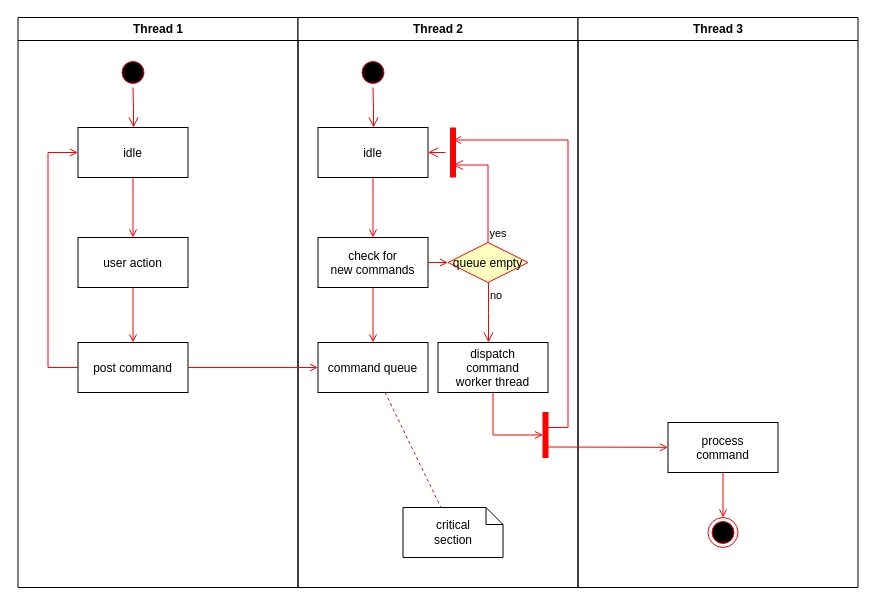
The draw.io diagram RelabTestPortal.drawio in byok22/Relab, before the edit. Source tidied: cells renumbered, new cells numbered last; positions are measured from the earlier drawing's top-left corner, leaving out a move shared by most shapes. Both pictures are drawn from the tidied source at 100%, with x=0, y=0 at pixel (17, 17).
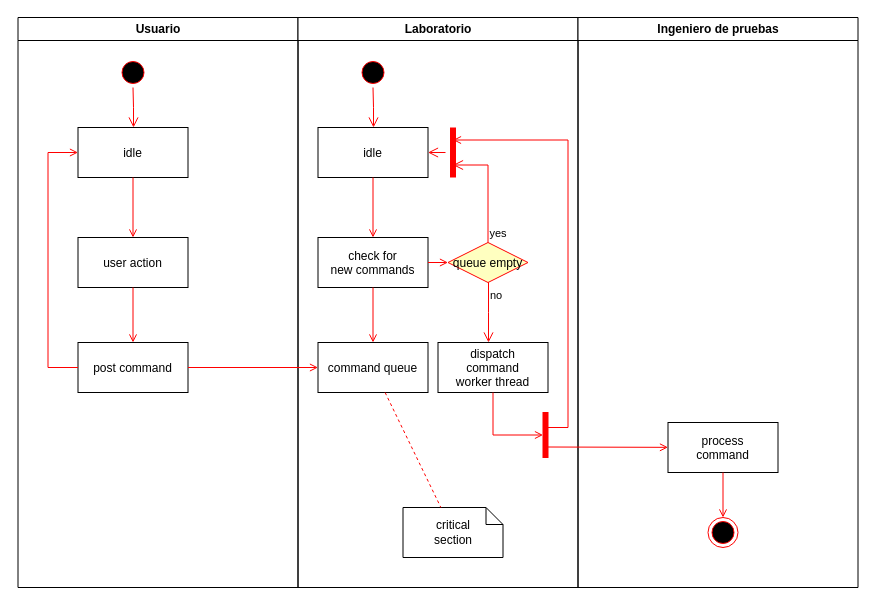
The same page after the edit.

The edit, as a diff of the source:
```diff
@@
-    <mxCell id="2" value="Thread 1" style="swimlane;whiteSpace=wrap;" parent="1" vertex="1">
+    <mxCell id="2" value="Usuario" style="swimlane;whiteSpace=wrap;" parent="1" vertex="1">
       <mxGeometry x="0.5" width="280" height="570" as="geometry" />
     </mxCell>
@@
-    <mxCell id="11" value="Thread 2" style="swimlane;whiteSpace=wrap;" parent="1" vertex="1">
+    <mxCell id="11" value="Laboratorio" style="swimlane;whiteSpace=wrap;" parent="1" vertex="1">
       <mxGeometry x="280.5" width="280" height="570" as="geometry" />
     </mxCell>
@@
-    <mxCell id="30" value="Thread 3" style="swimlane;whiteSpace=wrap;" parent="1" vertex="1">
+    <mxCell id="30" value="Ingeniero de pruebas" style="swimlane;whiteSpace=wrap;" parent="1" vertex="1">
       <mxGeometry x="560.5" width="280" height="570" as="geometry" />
     </mxCell>
```
